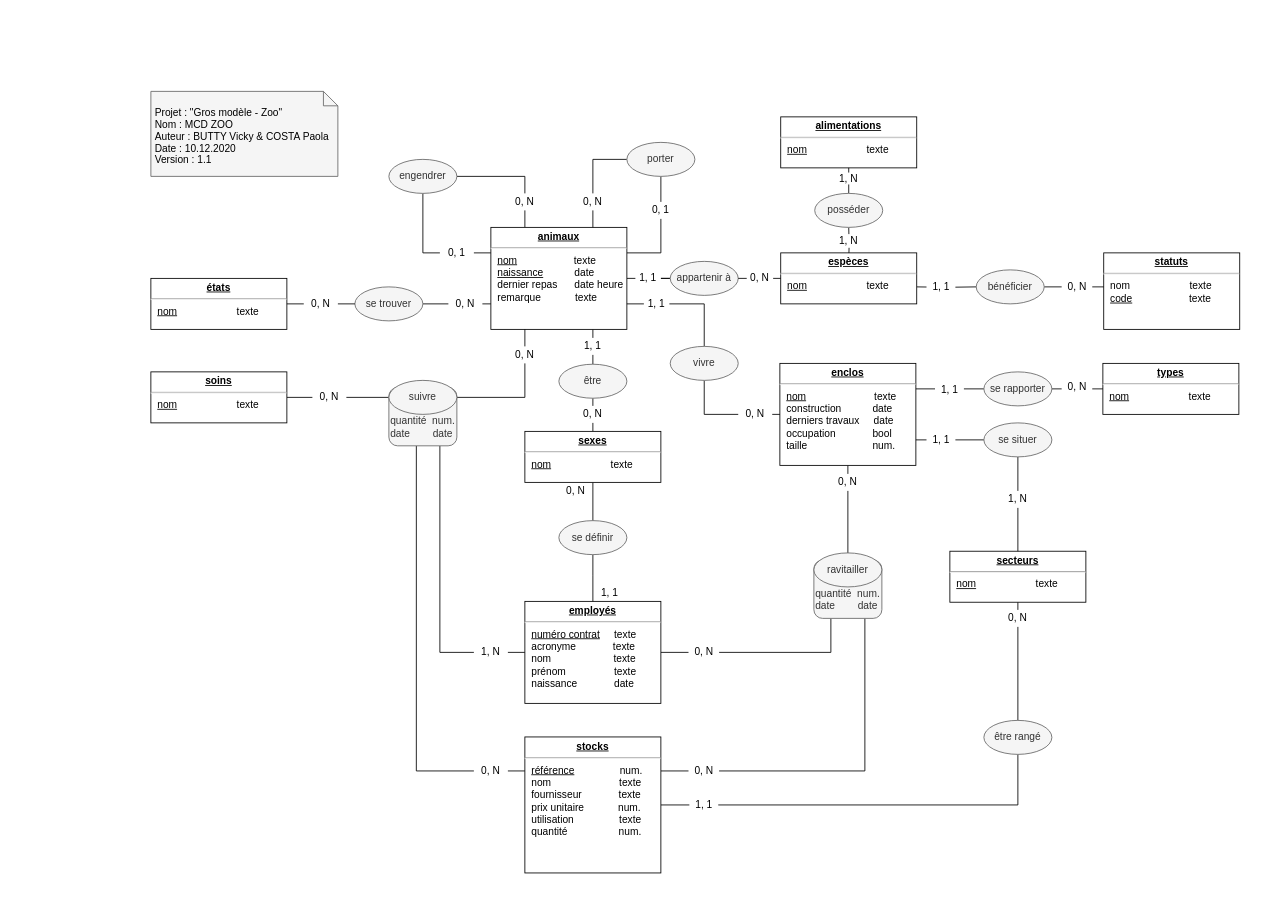
AhVen98/Ma-08_Zoo keeps this draw.io diagram as Fichiers modifiables/MCD ZOO.drawio. Above is the earlier version. Source tidied: cells renumbered, new cells numbered last; positions are measured from the earlier drawing's top-left corner, leaving out a move shared by most shapes. Both pictures are drawn from the tidied source at 85%, with x=0, y=0 at pixel (150, 91).
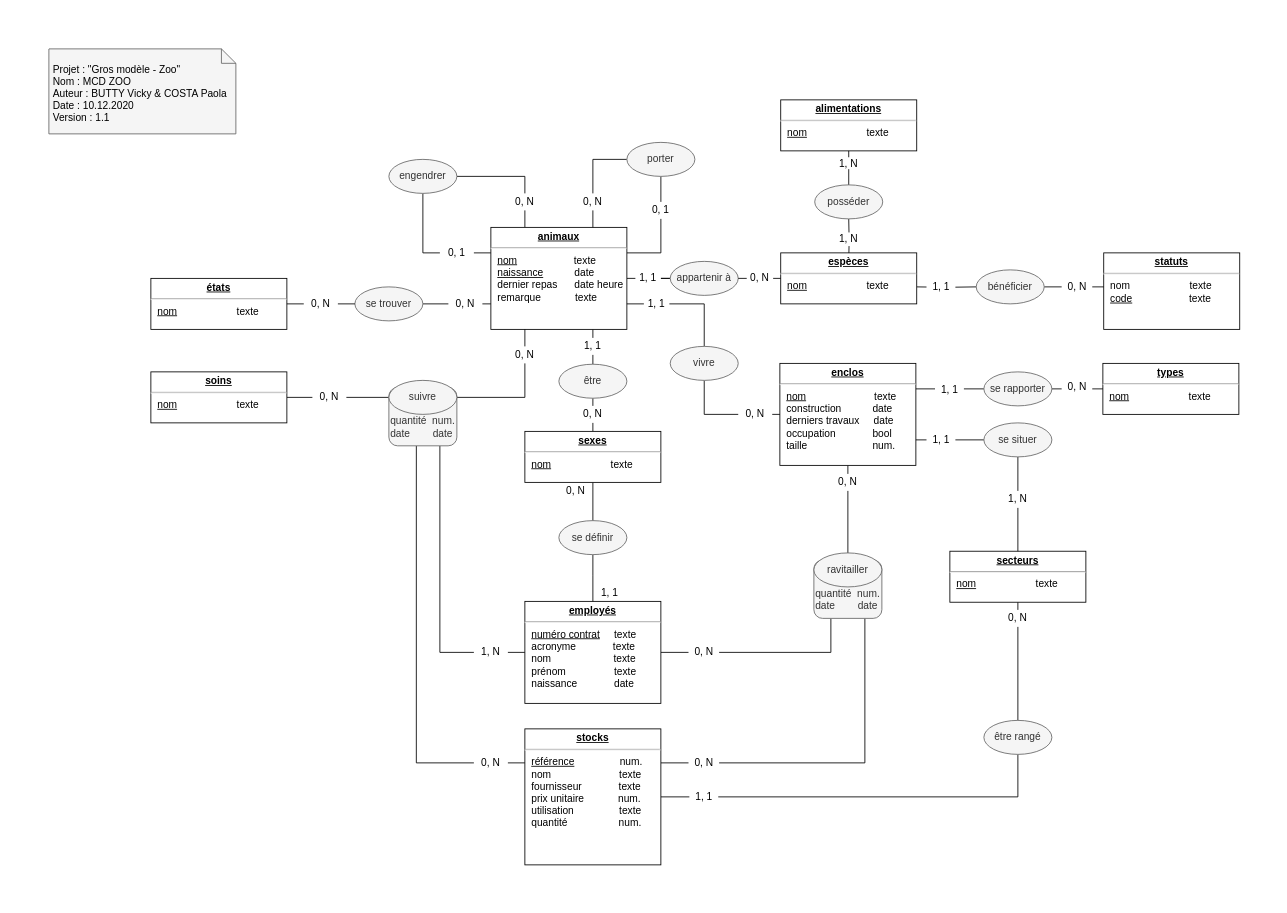
The same page after the edit.

Commit message:
Mise à jour visuelle

Ajout de carré blanc pour avoir une marge lors de l'exportation en .pdf

Diff of the diagram source:
```diff
@@
     <mxCell id="40" value="&lt;p style=&quot;margin: 0px ; margin-top: 4px ; text-align: center ; text-decoration: underline&quot;&gt;&lt;b&gt;stocks&lt;/b&gt;&lt;/p&gt;&lt;hr&gt;&lt;p style=&quot;margin: 0px ; margin-left: 8px&quot;&gt;&lt;u&gt;référence&lt;/u&gt;&amp;nbsp; &amp;nbsp; &amp;nbsp; &amp;nbsp; &amp;nbsp; &amp;nbsp; &amp;nbsp; &amp;nbsp; num.&lt;/p&gt;&lt;p style=&quot;margin: 0px 0px 0px 8px&quot;&gt;nom&amp;nbsp; &amp;nbsp; &amp;nbsp; &amp;nbsp; &amp;nbsp; &amp;nbsp; &amp;nbsp; &amp;nbsp; &amp;nbsp; &amp;nbsp; &amp;nbsp; &amp;nbsp; texte&lt;/p&gt;&lt;p style=&quot;margin: 0px 0px 0px 8px&quot;&gt;fournisseur&amp;nbsp; &amp;nbsp; &amp;nbsp; &amp;nbsp; &amp;nbsp; &amp;nbsp; &amp;nbsp;texte&lt;/p&gt;&lt;p style=&quot;margin: 0px 0px 0px 8px&quot;&gt;prix unitaire&amp;nbsp; &amp;nbsp; &amp;nbsp; &amp;nbsp; &amp;nbsp; &amp;nbsp; num.&lt;/p&gt;&lt;p style=&quot;margin: 0px 0px 0px 8px&quot;&gt;utilisation&amp;nbsp; &amp;nbsp; &amp;nbsp; &amp;nbsp; &amp;nbsp; &amp;nbsp; &amp;nbsp; &amp;nbsp; texte&lt;/p&gt;&lt;p style=&quot;margin: 0px ; margin-left: 8px&quot;&gt;quantité&amp;nbsp; &amp;nbsp; &amp;nbsp; &amp;nbsp; &amp;nbsp; &amp;nbsp; &amp;nbsp; &amp;nbsp; &amp;nbsp; num.&lt;/p&gt;&lt;p style=&quot;margin: 0px ; margin-left: 8px&quot;&gt;&lt;br&gt;&lt;/p&gt;" style="verticalAlign=top;align=left;overflow=fill;fontSize=12;fontFamily=Helvetica;html=1;" parent="1" vertex="1">
-      <mxGeometry x="440" y="759.5" width="160" height="160" as="geometry" />
+      <mxGeometry x="440" y="750" width="160" height="160" as="geometry" />
     </mxCell>
@@
     <mxCell id="50" value="&lt;p style=&quot;margin: 0px ; margin-top: 4px ; text-align: center ; text-decoration: underline&quot;&gt;&lt;b&gt;alimentations&lt;/b&gt;&lt;/p&gt;&lt;hr&gt;&lt;p style=&quot;margin: 0px ; margin-left: 8px&quot;&gt;&lt;span&gt;&lt;u&gt;nom&lt;/u&gt;&amp;nbsp; &amp;nbsp; &amp;nbsp; &amp;nbsp; &amp;nbsp; &amp;nbsp; &amp;nbsp; &amp;nbsp; &amp;nbsp; &amp;nbsp; &amp;nbsp;texte&lt;/span&gt;&lt;/p&gt;" style="verticalAlign=top;align=left;overflow=fill;fontSize=12;fontFamily=Helvetica;html=1;" parent="1" vertex="1">
-      <mxGeometry x="741" y="30" width="160" height="60" as="geometry" />
+      <mxGeometry x="741" y="10" width="160" height="60" as="geometry" />
     </mxCell>
@@
     <mxCell id="52" value="posséder" style="ellipse;whiteSpace=wrap;html=1;fillColor=#f5f5f5;strokeColor=#666666;fontColor=#333333;" parent="1" vertex="1">
-      <mxGeometry x="781" y="120" width="80" height="40" as="geometry" />
+      <mxGeometry x="781" y="110" width="80" height="40" as="geometry" />
     </mxCell>
@@
     <mxCell id="62" value="&lt;span style=&quot;background-color: rgb(255 , 255 , 255)&quot;&gt;&amp;nbsp; 1, N&amp;nbsp;&amp;nbsp;&lt;/span&gt;" style="text;html=1;strokeColor=none;align=center;verticalAlign=middle;whiteSpace=wrap;rounded=0;fillColor=#ffffff;" parent="1" vertex="1">
-      <mxGeometry x="801" y="168" width="40" height="16" as="geometry" />
+      <mxGeometry x="801" y="166" width="40" height="16" as="geometry" />
     </mxCell>
     <mxCell id="63" value="&lt;span style=&quot;background-color: rgb(255 , 255 , 255)&quot;&gt;&amp;nbsp; 1, N&amp;nbsp;&amp;nbsp;&lt;/span&gt;" style="text;html=1;strokeColor=none;align=center;verticalAlign=middle;whiteSpace=wrap;rounded=0;fillColor=#ffffff;" parent="1" vertex="1">
-      <mxGeometry x="801" y="98" width="40" height="10" as="geometry" />
+      <mxGeometry x="801" y="80" width="40" height="10" as="geometry" />
     </mxCell>
@@
     <mxCell id="70" style="group;" parent="1" vertex="1">
-      <mxGeometry width="220" height="100" as="geometry" />
+      <mxGeometry x="-120" y="-50" width="220" height="100" as="geometry" />
     </mxCell>
@@
+    <mxCell id="100" style="rounded=0;whiteSpace=wrap;html=1;strokeColor=none;" parent="70" vertex="1">
+      <mxGeometry x="-40" y="-40" width="40" height="40" as="geometry" />
+    </mxCell>
@@
     <mxCell id="83" value="&lt;span style=&quot;background-color: rgb(255 , 255 , 255)&quot;&gt;&amp;nbsp; 0, N&amp;nbsp;&amp;nbsp;&lt;/span&gt;" style="text;html=1;strokeColor=none;align=center;verticalAlign=middle;whiteSpace=wrap;rounded=0;fillColor=#ffffff;" parent="1" vertex="1">
-      <mxGeometry x="380" y="790" width="40" height="20" as="geometry" />
+      <mxGeometry x="380" y="780" width="40" height="20" as="geometry" />
     </mxCell>
     <mxCell id="84" value="&lt;span style=&quot;background-color: rgb(255 , 255 , 255)&quot;&gt;&amp;nbsp; 0, N&amp;nbsp;&amp;nbsp;&lt;/span&gt;" style="text;html=1;strokeColor=none;fillColor=none;align=center;verticalAlign=middle;whiteSpace=wrap;rounded=0;" parent="1" vertex="1">
-      <mxGeometry x="631" y="790" width="40" height="20" as="geometry" />
+      <mxGeometry x="631" y="780" width="40" height="20" as="geometry" />
     </mxCell>
@@
     <mxCell id="86" value="&lt;span style=&quot;background-color: rgb(255 , 255 , 255)&quot;&gt;&amp;nbsp; 1, 1&amp;nbsp;&amp;nbsp;&lt;/span&gt;" style="text;html=1;strokeColor=none;fillColor=none;align=center;verticalAlign=middle;whiteSpace=wrap;rounded=0;" parent="1" vertex="1">
-      <mxGeometry x="631" y="829.5" width="40" height="20" as="geometry" />
+      <mxGeometry x="631" y="820" width="40" height="20" as="geometry" />
     </mxCell>
@@
+    <mxCell id="101" style="rounded=0;whiteSpace=wrap;html=1;strokeColor=none;" parent="1" vertex="1">
+      <mxGeometry x="1280" y="910" width="40" height="40" as="geometry" />
+    </mxCell>
```
